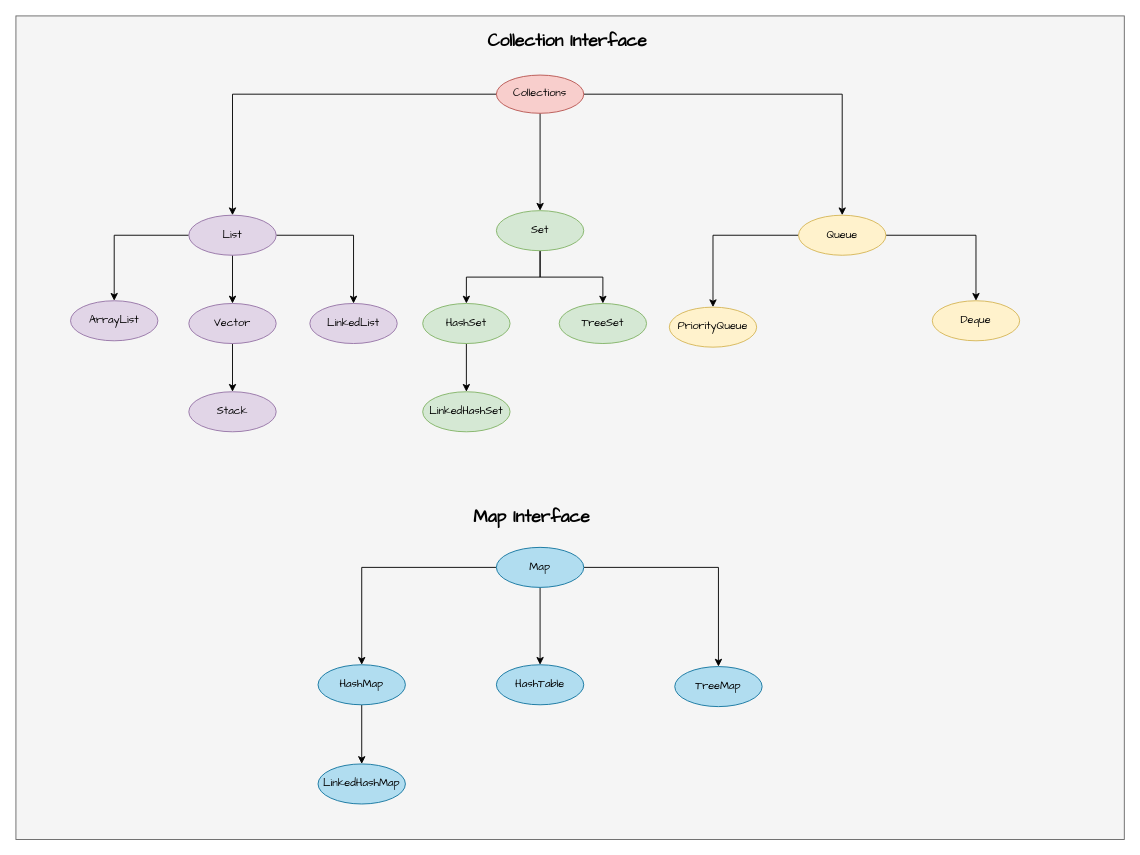
BJPotter/drawio keeps this draw.io diagram as 集合.drawio. Above is the earlier version. Source tidied: cells renumbered, new cells numbered last; positions are measured from the earlier drawing's top-left corner, leaving out a move shared by most shapes. Both pictures are drawn from the tidied source at 91%, with x=0, y=0 at pixel (15, 15).
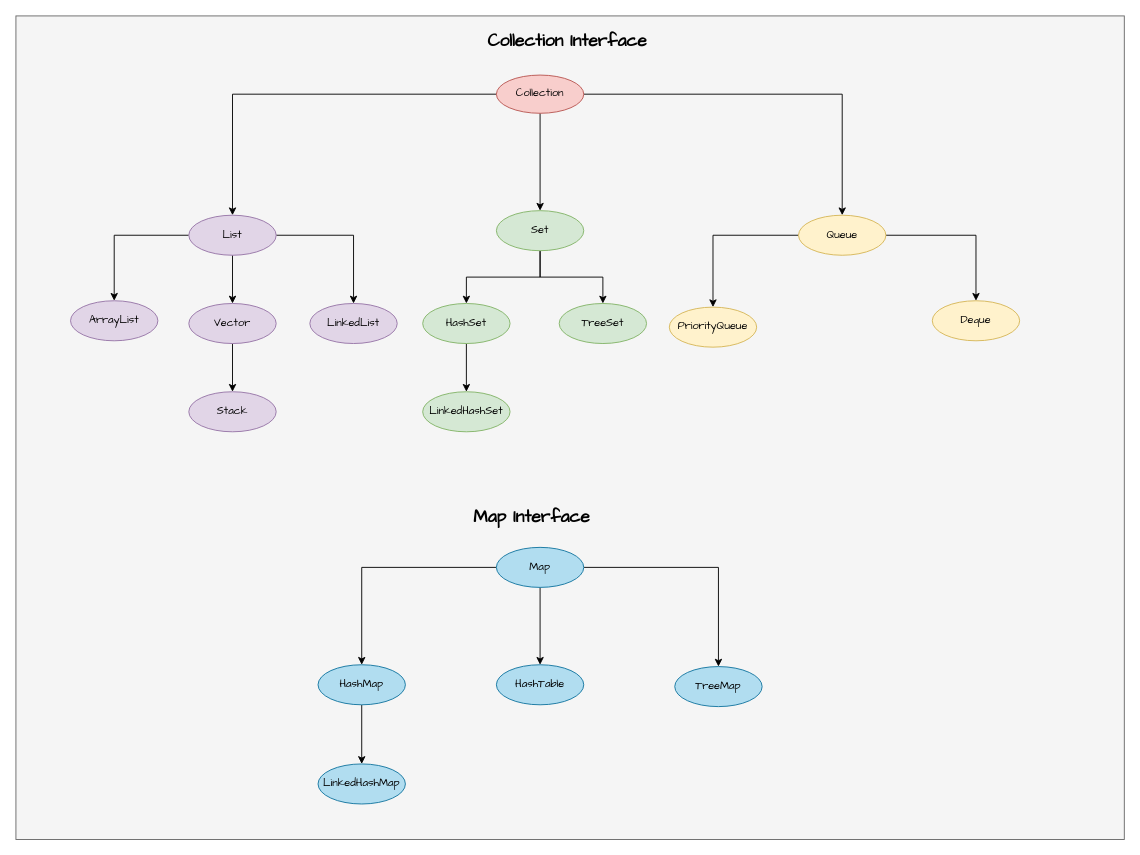
The same diagram, later.

What changed in the source:
```diff
@@
-    <mxCell id="6" value="Collections" style="ellipse;whiteSpace=wrap;html=1;fillColor=#f8cecc;strokeColor=#b85450;fontFamily=Comic Sans MS;" parent="1" vertex="1">
+    <mxCell id="6" value="Collection" style="ellipse;whiteSpace=wrap;html=1;fillColor=#f8cecc;strokeColor=#b85450;fontFamily=Comic Sans MS;" parent="1" vertex="1">
       <mxGeometry x="528" y="65" width="96" height="42" as="geometry" />
     </mxCell>
```
